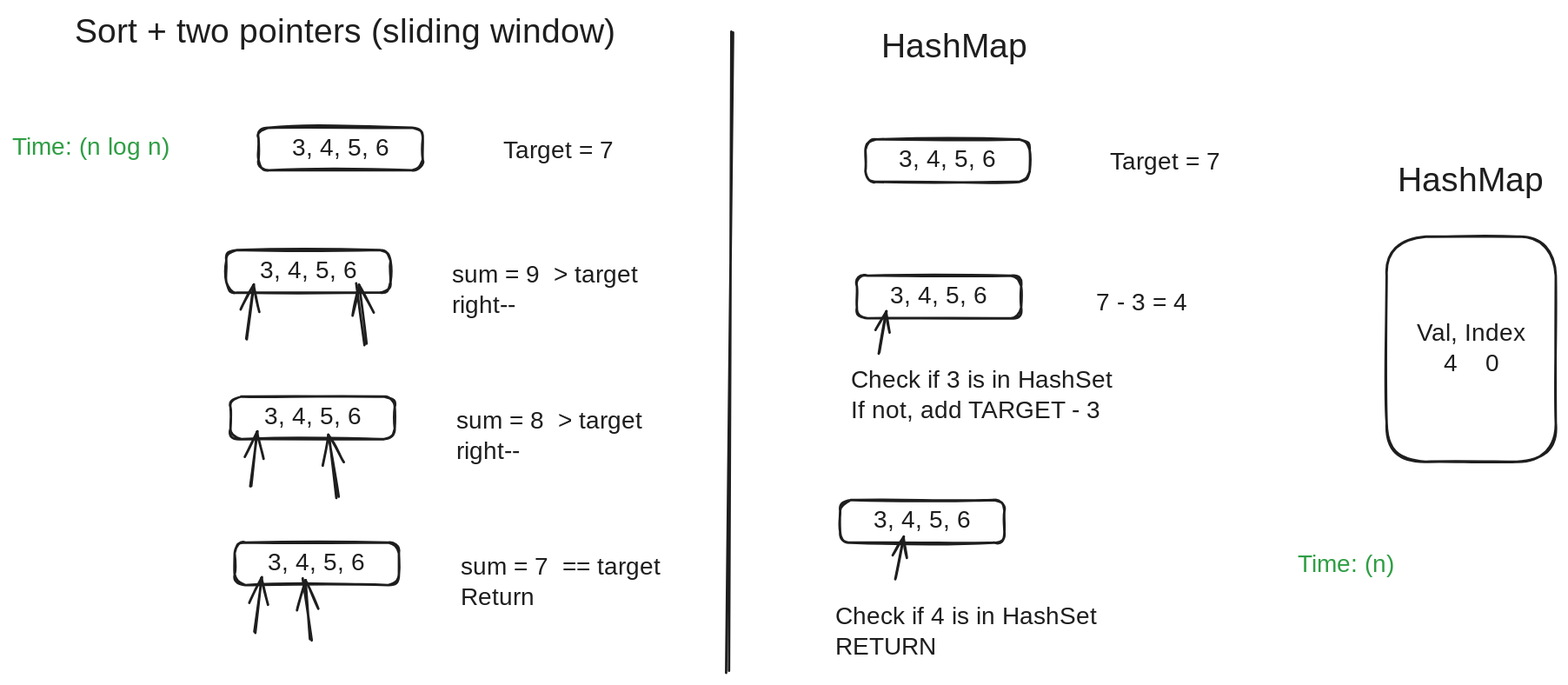
This is DSA/LC/1_two_sum.excalidraw.svg from PabloNicolla/learning-ground, a Excalidraw export, as it was before one commit. Source tidied: one line per element, renumbered; positions are measured from the earlier drawing's top-left corner, leaving out a move shared by most shapes.
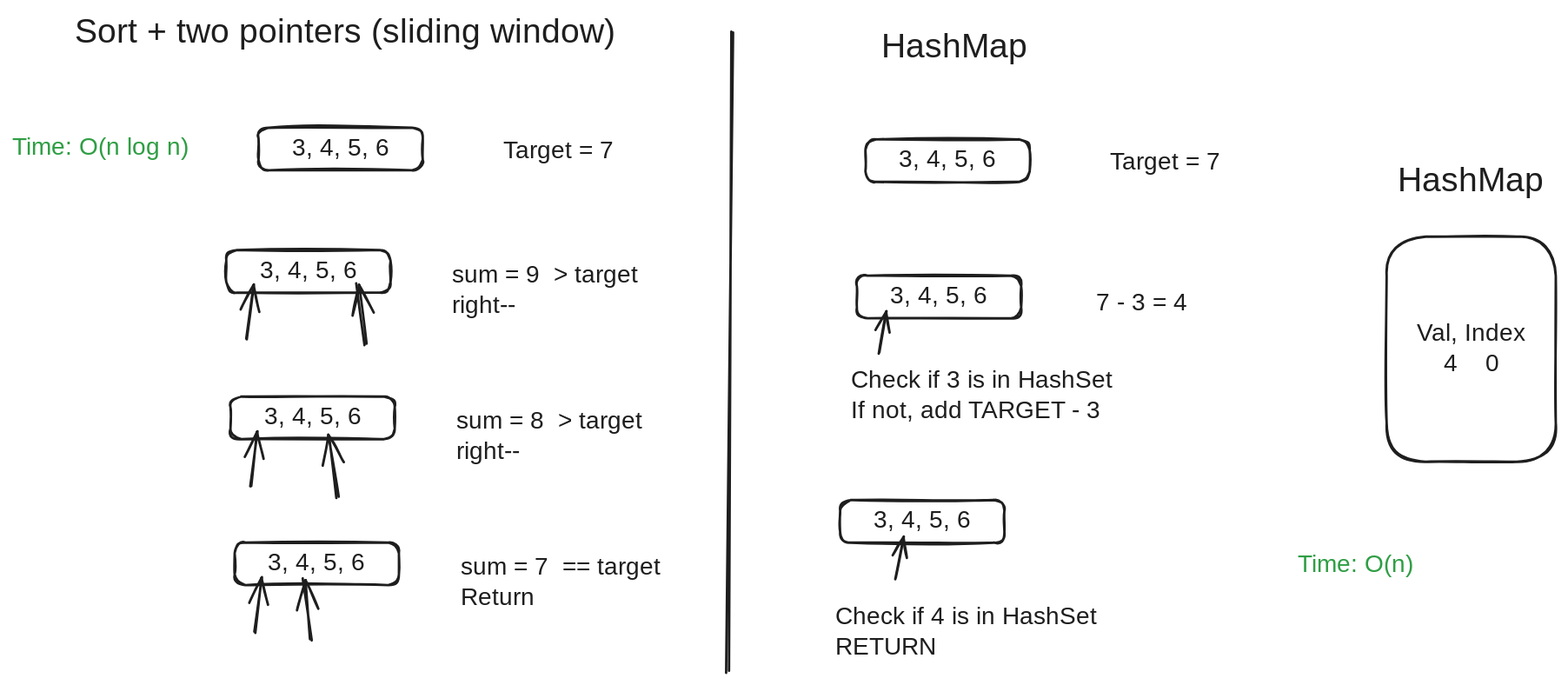
Later version of the same file.

What changed in the source:
```diff
@@ -34,5 +34,5 @@
 {"id": 33, "type": "text", "text": "Check if 3 is in HashSet\nIf not, add TARGET - 3", "strokeColor": "#1e1e1e", "strokeWidth": 2, "roughness": 1, "fontSize": 20, "fontFamily": 1, "x": 689, "y": 291, "width": 254, "height": 50}
 {"id": 34, "type": "text", "text": "Check if 4 is in HashSet\nRETURN", "strokeColor": "#1e1e1e", "strokeWidth": 2, "roughness": 1, "fontSize": 20, "fontFamily": 1, "x": 676, "y": 485, "width": 239, "height": 50}
 {"id": 35, "type": "text", "text": "HashMap", "strokeColor": "#1e1e1e", "strokeWidth": 2, "roughness": 1, "fontSize": 28, "fontFamily": 1, "x": 1139, "y": 122, "width": 117, "height": 35}
-{"id": 36, "type": "text", "text": "Time: (n log n)", "strokeColor": "#2f9e44", "strokeWidth": 2, "roughness": 1, "fontSize": 20, "fontFamily": 1, "x": 0, "y": 99, "width": 139, "height": 25}
+{"id": 36, "type": "text", "text": "Time: O(n log n)", "strokeColor": "#2f9e44", "strokeWidth": 2, "roughness": 1, "fontSize": 20, "fontFamily": 1, "x": 0, "y": 99, "width": 154, "height": 25}
-{"id": 37, "type": "text", "text": "Time: (n)", "strokeColor": "#2f9e44", "strokeWidth": 2, "roughness": 1, "fontSize": 20, "fontFamily": 1, "x": 1056, "y": 442, "width": 83, "height": 25}
+{"id": 37, "type": "text", "text": "Time: O(n)", "strokeColor": "#2f9e44", "strokeWidth": 2, "roughness": 1, "fontSize": 20, "fontFamily": 1, "x": 1056, "y": 442, "width": 98, "height": 25}
```
